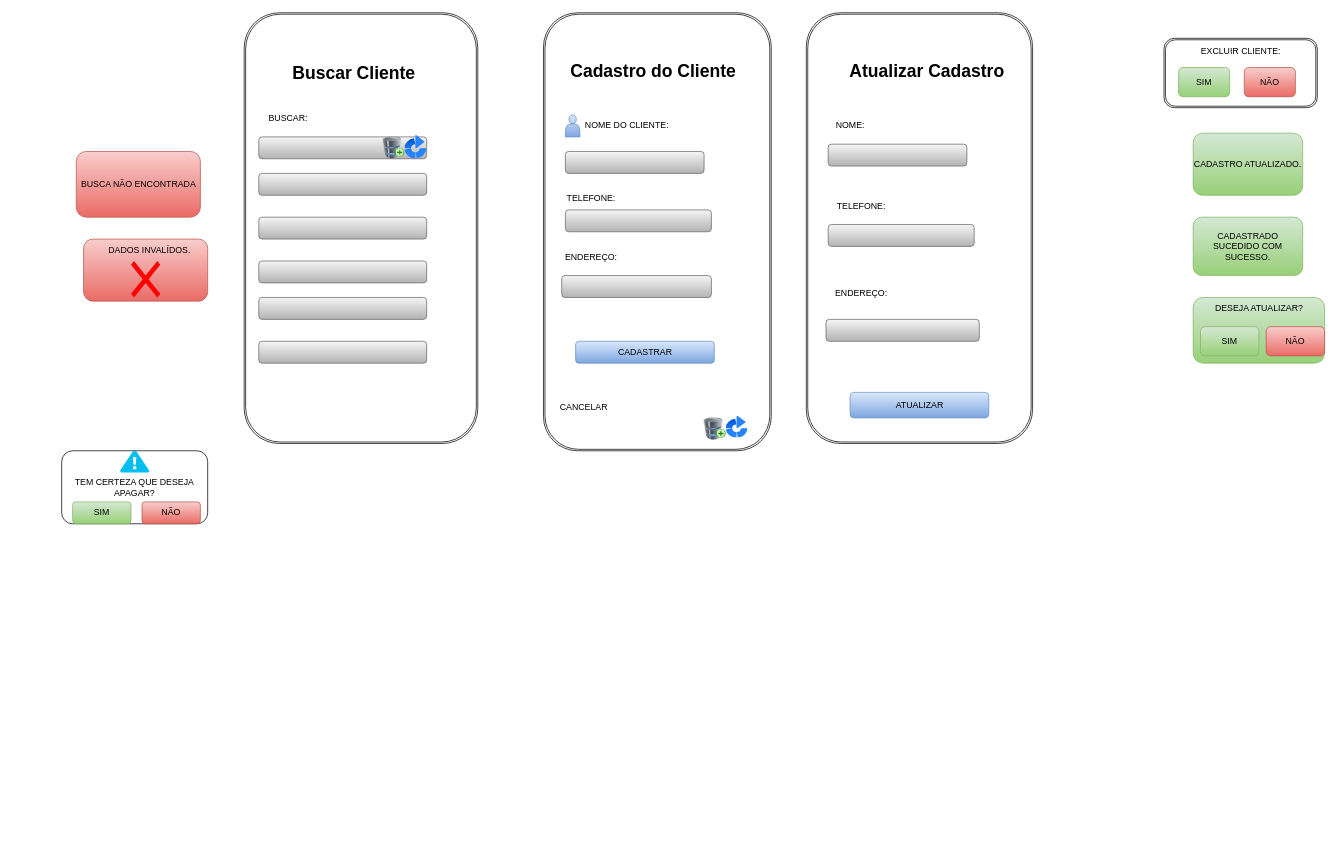
This is page "Página-1" (1 of 10) of doc/telas.drawio from pati573022/avatarapp, a draw.io file, before an edit. Source tidied: cells renumbered, new cells numbered last; positions are measured from the earlier drawing's top-left corner, leaving out a move shared by most shapes. Both pictures are drawn from the tidied source at 73%, with x=0, y=0 at pixel (18, 12).
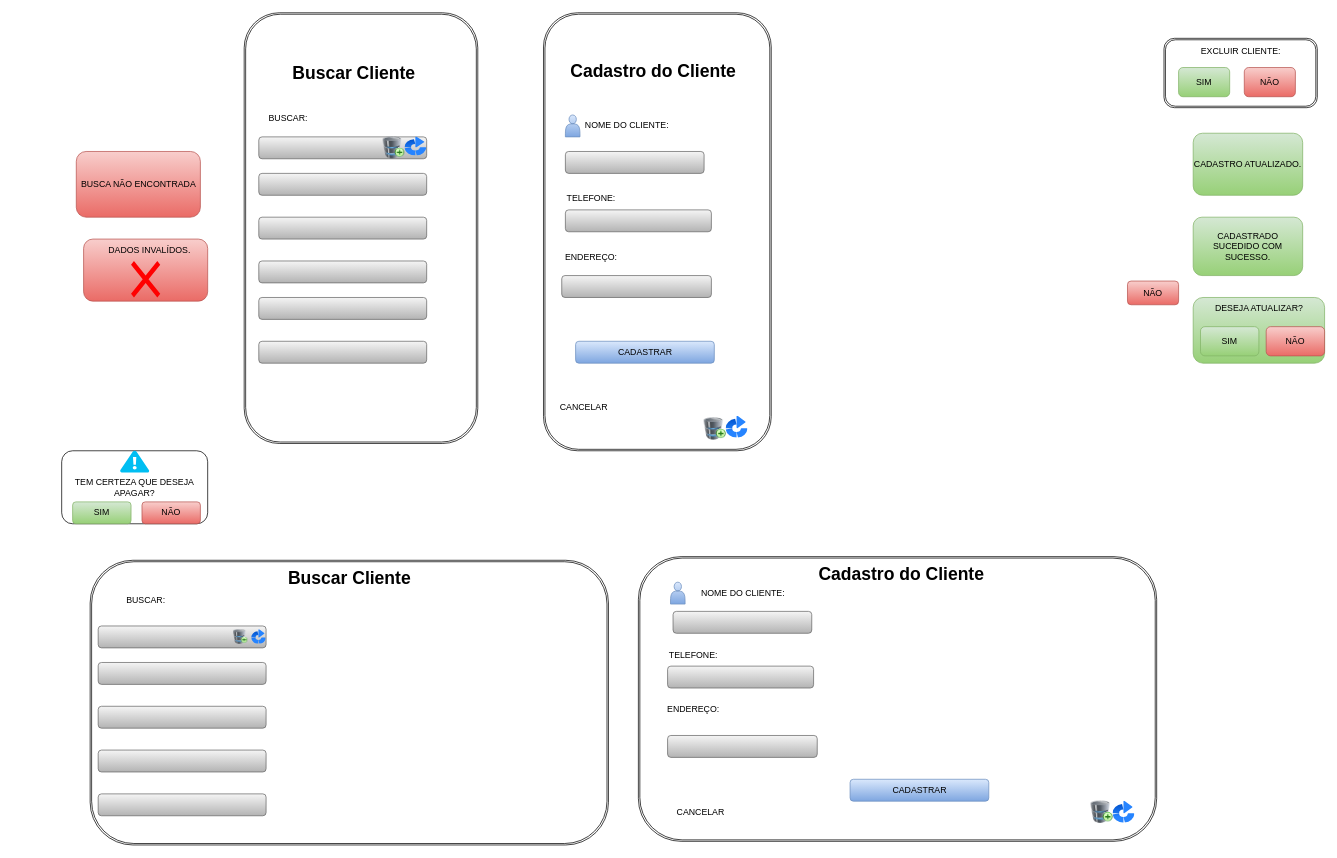
The same page after the edit.

What changed in the source:
```diff
@@
-    <mxCell id="7" style="shape=ext;double=1;rounded=1;whiteSpace=wrap;html=1;" parent="1" vertex="1">
-      <mxGeometry x="1080" width="310" height="590" as="geometry" />
-    </mxCell>
@@
-    <mxCell id="15" value="Atualizar Cadastro" style="text;strokeColor=none;fillColor=none;html=1;fontSize=24;fontStyle=1;verticalAlign=middle;align=center;" parent="1" vertex="1">
-      <mxGeometry x="1195" y="60" width="100" height="40" as="geometry" />
-    </mxCell>
-    <mxCell id="16" value="NOME:" style="text;html=1;align=center;verticalAlign=middle;strokeColor=none;fillColor=none;" parent="1" vertex="1">
-      <mxGeometry x="1110" y="140" width="60" height="30" as="geometry" />
-    </mxCell>
-    <mxCell id="17" style="rounded=1;whiteSpace=wrap;html=1;fillColor=#f5f5f5;gradientColor=#b3b3b3;strokeColor=#666666;" parent="1" vertex="1">
-      <mxGeometry x="1110" y="180" width="190" height="30" as="geometry" />
-    </mxCell>
-    <mxCell id="18" value="TELEFONE:" style="text;html=1;align=center;verticalAlign=middle;strokeColor=none;fillColor=none;" parent="1" vertex="1">
-      <mxGeometry x="1110" y="250" width="90" height="30" as="geometry" />
-    </mxCell>
-    <mxCell id="19" style="rounded=1;whiteSpace=wrap;html=1;fillColor=#f5f5f5;gradientColor=#b3b3b3;strokeColor=#666666;" parent="1" vertex="1">
-      <mxGeometry x="1110" y="290" width="200" height="30" as="geometry" />
-    </mxCell>
-    <mxCell id="20" value="ENDEREÇO:" style="text;html=1;align=center;verticalAlign=middle;strokeColor=none;fillColor=none;" parent="1" vertex="1">
-      <mxGeometry x="1110" y="370" width="90" height="30" as="geometry" />
-    </mxCell>
-    <mxCell id="21" style="rounded=1;whiteSpace=wrap;html=1;fillColor=#f5f5f5;gradientColor=#b3b3b3;strokeColor=#666666;" parent="1" vertex="1">
-      <mxGeometry x="1107" y="420" width="210" height="30" as="geometry" />
-    </mxCell>
@@
-    <mxCell id="32" style="rounded=1;whiteSpace=wrap;html=1;fillColor=#dae8fc;gradientColor=#7ea6e0;strokeColor=#6c8ebf;" parent="1" vertex="1">
-      <mxGeometry x="1140" y="520" width="190" height="35" as="geometry" />
-    </mxCell>
-    <mxCell id="33" value="ATUALIZAR" style="text;html=1;align=center;verticalAlign=middle;" parent="1" vertex="1">
-      <mxGeometry x="1190" y="522.5" width="90" height="30" as="geometry" />
-    </mxCell>
@@
     <mxCell id="39" style="image;html=1;image=img/lib/atlassian/Bamboo_Logo.svg;" parent="1" vertex="1">
-      <mxGeometry x="530" y="168" width="30" height="32" as="geometry" />
+      <mxGeometry x="530" y="170" width="30" height="26" as="geometry" />
     </mxCell>
@@
+    <mxCell id="60" style="shape=ext;double=1;rounded=1;whiteSpace=wrap;html=1;" parent="1" vertex="1">
+      <mxGeometry x="99" y="750" width="710" height="390" as="geometry" />
+    </mxCell>
+    <mxCell id="61" value="NÃO" style="rounded=1;whiteSpace=wrap;html=1;fillColor=#f8cecc;gradientColor=#ea6b66;strokeColor=#b85450;" parent="1" vertex="1">
+      <mxGeometry x="1520" y="367.5" width="70" height="32.5" as="geometry" />
+    </mxCell>
+    <mxCell id="62" value="Buscar Cliente" style="text;strokeColor=none;fillColor=none;html=1;fontSize=24;fontStyle=1;verticalAlign=middle;align=center;" parent="1" vertex="1">
+      <mxGeometry x="404" y="630" width="100" height="290" as="geometry" />
+    </mxCell>
+    <mxCell id="63" value="BUSCAR:" style="text;html=1;align=center;verticalAlign=middle;strokeColor=none;fillColor=none;" parent="1" vertex="1">
+      <mxGeometry x="135" y="790" width="80" height="30" as="geometry" />
+    </mxCell>
+    <mxCell id="64" style="rounded=1;whiteSpace=wrap;html=1;fillColor=#f5f5f5;gradientColor=#b3b3b3;strokeColor=#666666;" parent="1" vertex="1">
+      <mxGeometry x="110" y="840" width="230" height="30" as="geometry" />
+    </mxCell>
+    <mxCell id="65" style="rounded=1;whiteSpace=wrap;html=1;fillColor=#f5f5f5;gradientColor=#b3b3b3;strokeColor=#666666;" parent="1" vertex="1">
+      <mxGeometry x="110" y="890" width="230" height="30" as="geometry" />
+    </mxCell>
+    <mxCell id="66" style="rounded=1;whiteSpace=wrap;html=1;fillColor=#f5f5f5;gradientColor=#b3b3b3;strokeColor=#666666;" parent="1" vertex="1">
+      <mxGeometry x="110" y="950" width="230" height="30" as="geometry" />
+    </mxCell>
+    <mxCell id="67" style="rounded=1;whiteSpace=wrap;html=1;fillColor=#f5f5f5;gradientColor=#b3b3b3;strokeColor=#666666;" parent="1" vertex="1">
+      <mxGeometry x="110" y="1010" width="230" height="30" as="geometry" />
+    </mxCell>
+    <mxCell id="68" style="rounded=1;whiteSpace=wrap;html=1;fillColor=#f5f5f5;gradientColor=#b3b3b3;strokeColor=#666666;" parent="1" vertex="1">
+      <mxGeometry x="110" y="1070" width="230" height="30" as="geometry" />
+    </mxCell>
+    <mxCell id="69" style="image;html=1;image=img/lib/clip_art/computers/Database_Add_128x128.png;" parent="1" vertex="1">
+      <mxGeometry x="280" y="845" width="50" height="20" as="geometry" />
+    </mxCell>
+    <mxCell id="70" style="image;html=1;image=img/lib/atlassian/Bamboo_Logo.svg;" parent="1" vertex="1">
+      <mxGeometry x="320" y="845" width="20" height="20" as="geometry" />
+    </mxCell>
+    <mxCell id="71" style="shape=ext;double=1;rounded=1;whiteSpace=wrap;html=1;" parent="1" vertex="1">
+      <mxGeometry x="850" y="745" width="710" height="390" as="geometry" />
+    </mxCell>
+    <mxCell id="72" value="Cadastro do Cliente" style="text;strokeColor=none;fillColor=none;html=1;fontSize=24;fontStyle=1;verticalAlign=middle;align=center;" parent="1" vertex="1">
+      <mxGeometry x="1160" y="750" width="100" height="40" as="geometry" />
+    </mxCell>
+    <mxCell id="73" style="shape=actor;whiteSpace=wrap;html=1;fillColor=#dae8fc;gradientColor=#7ea6e0;strokeColor=#6c8ebf;" parent="1" vertex="1">
+      <mxGeometry x="894" y="780" width="20" height="30" as="geometry" />
+    </mxCell>
+    <mxCell id="74" value="NOME DO CLIENTE:" style="text;html=1;align=center;verticalAlign=middle;" parent="1" vertex="1">
+      <mxGeometry x="922.5" y="780" width="140" height="30" as="geometry" />
+    </mxCell>
+    <mxCell id="75" style="rounded=1;whiteSpace=wrap;html=1;fillColor=#f5f5f5;gradientColor=#b3b3b3;strokeColor=#666666;" parent="1" vertex="1">
+      <mxGeometry x="897.5" y="820" width="190" height="30" as="geometry" />
+    </mxCell>
+    <mxCell id="18" value="TELEFONE:" style="text;html=1;align=center;verticalAlign=middle;strokeColor=none;fillColor=none;" parent="1" vertex="1">
+      <mxGeometry x="880" y="865" width="90" height="30" as="geometry" />
+    </mxCell>
+    <mxCell id="76" style="rounded=1;whiteSpace=wrap;html=1;fillColor=#f5f5f5;gradientColor=#b3b3b3;strokeColor=#666666;" parent="1" vertex="1">
+      <mxGeometry x="890" y="895" width="200" height="30" as="geometry" />
+    </mxCell>
+    <mxCell id="20" value="ENDEREÇO:" style="text;html=1;align=center;verticalAlign=middle;strokeColor=none;fillColor=none;" parent="1" vertex="1">
+      <mxGeometry x="880" y="940" width="90" height="30" as="geometry" />
+    </mxCell>
+    <mxCell id="77" style="rounded=1;whiteSpace=wrap;html=1;fillColor=#f5f5f5;gradientColor=#b3b3b3;strokeColor=#666666;" parent="1" vertex="1">
+      <mxGeometry x="890" y="990" width="205" height="30" as="geometry" />
+    </mxCell>
+    <mxCell id="78" style="rounded=1;whiteSpace=wrap;html=1;fillColor=#dae8fc;strokeColor=#6c8ebf;gradientColor=#7ea6e0;" parent="1" vertex="1">
+      <mxGeometry x="1140" y="1050" width="190" height="30" as="geometry" />
+    </mxCell>
+    <mxCell id="79" value="CADASTRAR" style="text;html=1;align=center;verticalAlign=middle;strokeColor=none;fillColor=none;" parent="1" vertex="1">
+      <mxGeometry x="1185" y="1050" width="100" height="30" as="geometry" />
+    </mxCell>
+    <mxCell id="80" value="CANCELAR" style="text;html=1;align=center;verticalAlign=middle;strokeColor=none;fillColor=none;" parent="1" vertex="1">
+      <mxGeometry x="890" y="1080" width="90" height="30" as="geometry" />
+    </mxCell>
+    <mxCell id="81" style="image;html=1;image=img/lib/clip_art/computers/Database_Add_128x128.png;" parent="1" vertex="1">
+      <mxGeometry x="1470" y="1055" width="30" height="80" as="geometry" />
+    </mxCell>
+    <mxCell id="82" style="image;html=1;image=img/lib/atlassian/Bamboo_Logo.svg;" parent="1" vertex="1">
+      <mxGeometry x="1500" y="1080" width="30" height="30" as="geometry" />
+    </mxCell>
```
